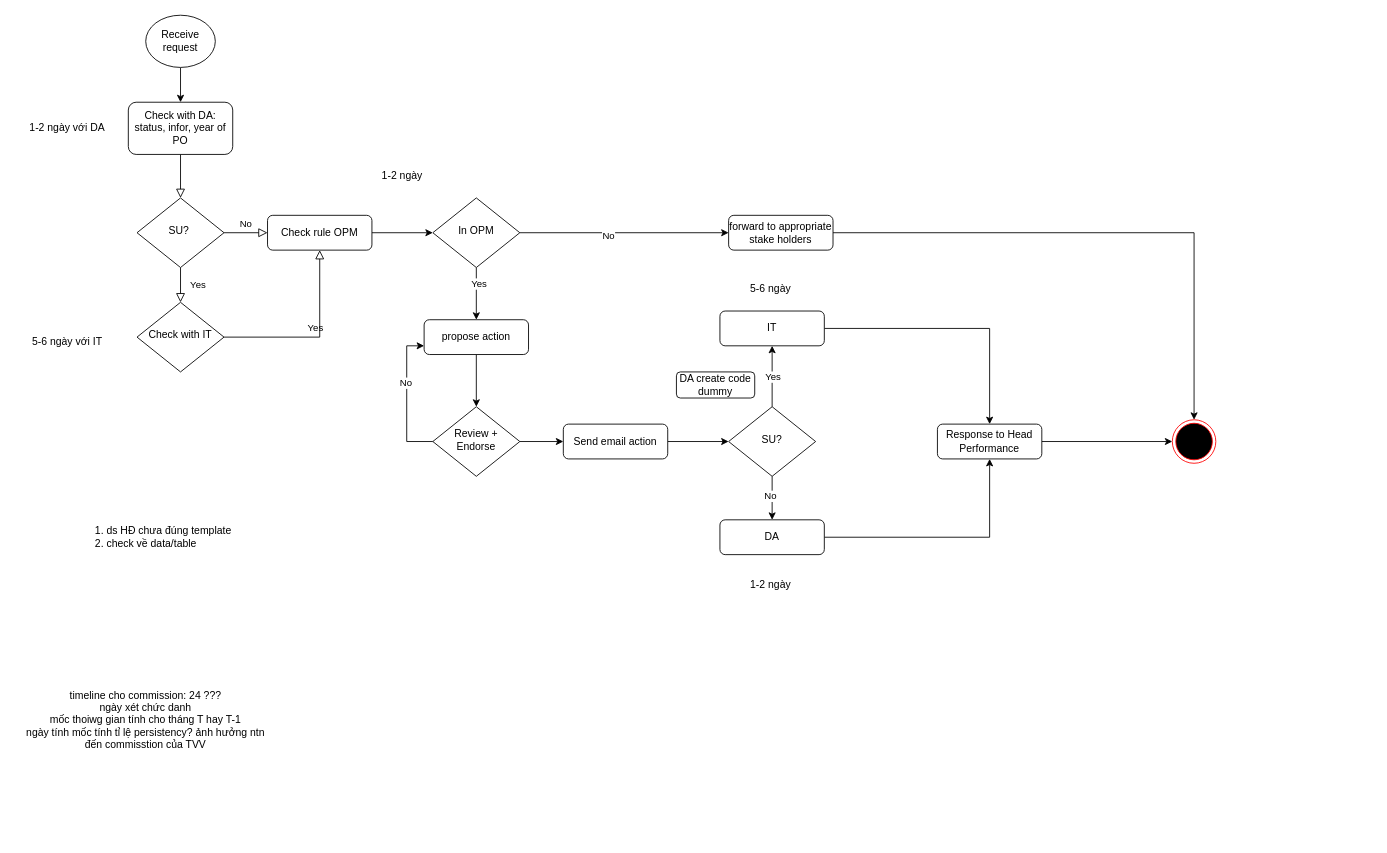
thanhluandhsp/litmos keeps this draw.io diagram as OPM.drawio. Above is the earlier version. Source tidied: cells renumbered, new cells numbered last; positions are measured from the earlier drawing's top-left corner, leaving out a move shared by most shapes. Both pictures are drawn from the tidied source at 87%, with x=0, y=0 at pixel (15, 15).
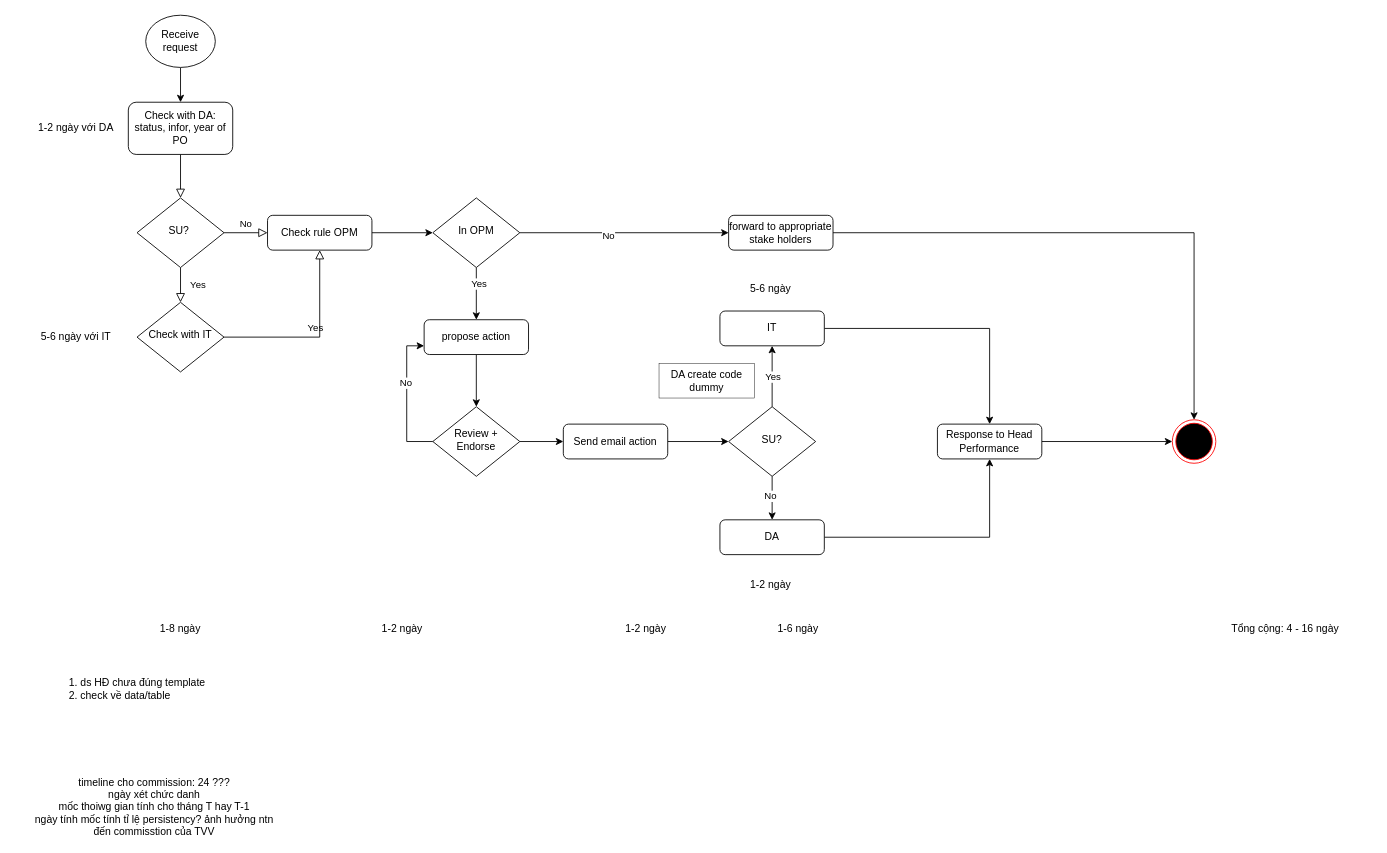
The same page after the edit.

Diff of the diagram source:
```diff
@@
     <mxCell id="40" value="1-2 ngày với DA" style="text;html=1;align=center;verticalAlign=middle;whiteSpace=wrap;rounded=0;" parent="1" vertex="1">
-      <mxGeometry y="115" width="120" height="30" as="geometry" />
+      <mxGeometry x="10" y="115" width="120" height="30" as="geometry" />
     </mxCell>
     <mxCell id="41" value="5-6 ngày với IT" style="text;html=1;align=center;verticalAlign=middle;whiteSpace=wrap;rounded=0;" parent="1" vertex="1">
-      <mxGeometry y="360" width="120" height="30" as="geometry" />
+      <mxGeometry x="10" y="355" width="120" height="30" as="geometry" />
     </mxCell>
     <mxCell id="42" value="1-2 ngày" style="text;html=1;align=center;verticalAlign=middle;whiteSpace=wrap;rounded=0;" parent="1" vertex="1">
-      <mxGeometry x="300" y="170" width="290" height="30" as="geometry" />
+      <mxGeometry x="320" y="690" width="250" height="30" as="geometry" />
     </mxCell>
@@
-    <mxCell id="45" value="DA create code dummy" style="rounded=1;whiteSpace=wrap;html=1;fontSize=12;glass=0;strokeWidth=1;shadow=0;" parent="1" vertex="1">
-      <mxGeometry x="760" y="410" width="90" height="30" as="geometry" />
+    <mxCell id="45" value="DA create code dummy" style="rounded=0.5;whiteSpace=wrap;html=1;fontSize=12;glass=0;strokeWidth=0.5;shadow=0;" parent="1" vertex="1">
+      <mxGeometry x="740" y="400" width="110" height="40" as="geometry" />
     </mxCell>
     <mxCell id="46" value="1. ds HĐ chưa đúng template&lt;div&gt;2. check về data/table&amp;nbsp;&lt;/div&gt;" style="text;html=1;align=left;verticalAlign=middle;whiteSpace=wrap;rounded=0;" parent="1" vertex="1">
-      <mxGeometry x="90" y="585" width="220" height="30" as="geometry" />
+      <mxGeometry x="60" y="760" width="220" height="30" as="geometry" />
     </mxCell>
@@
     <mxCell id="48" value="timeline cho commission: 24 ???&lt;div&gt;ngày xét chức danh&lt;/div&gt;&lt;div&gt;mốc thoiwg gian tính cho tháng T hay T-1&lt;/div&gt;&lt;div&gt;ngày tính mốc tính tỉ lệ persistency? ảnh hưởng ntn đến commisstion của TVV&lt;/div&gt;" style="text;html=1;align=center;verticalAlign=middle;whiteSpace=wrap;rounded=0;" parent="1" vertex="1">
-      <mxGeometry x="10" y="780" width="280" height="60" as="geometry" />
+      <mxGeometry x="20" y="880" width="280" height="60" as="geometry" />
     </mxCell>
+    <mxCell id="49" value="1-2 ngày" style="text;html=1;align=center;verticalAlign=middle;whiteSpace=wrap;rounded=0;" parent="1" vertex="1">
+      <mxGeometry x="610" y="690" width="230" height="30" as="geometry" />
+    </mxCell>
+    <mxCell id="50" value="1-8 ngày" style="text;html=1;align=center;verticalAlign=middle;whiteSpace=wrap;rounded=0;" parent="1" vertex="1">
+      <mxGeometry x="30" y="690" width="320" height="30" as="geometry" />
+    </mxCell>
+    <mxCell id="51" value="1-6 ngày" style="text;html=1;align=center;verticalAlign=middle;whiteSpace=wrap;rounded=0;" parent="1" vertex="1">
+      <mxGeometry x="800" y="690" width="200" height="30" as="geometry" />
+    </mxCell>
+    <mxCell id="52" value="Tổng cộng: 4 - 16 ngày" style="text;html=1;align=center;verticalAlign=middle;whiteSpace=wrap;rounded=0;" parent="1" vertex="1">
+      <mxGeometry x="1360" y="690" width="200" height="30" as="geometry" />
+    </mxCell>
```
